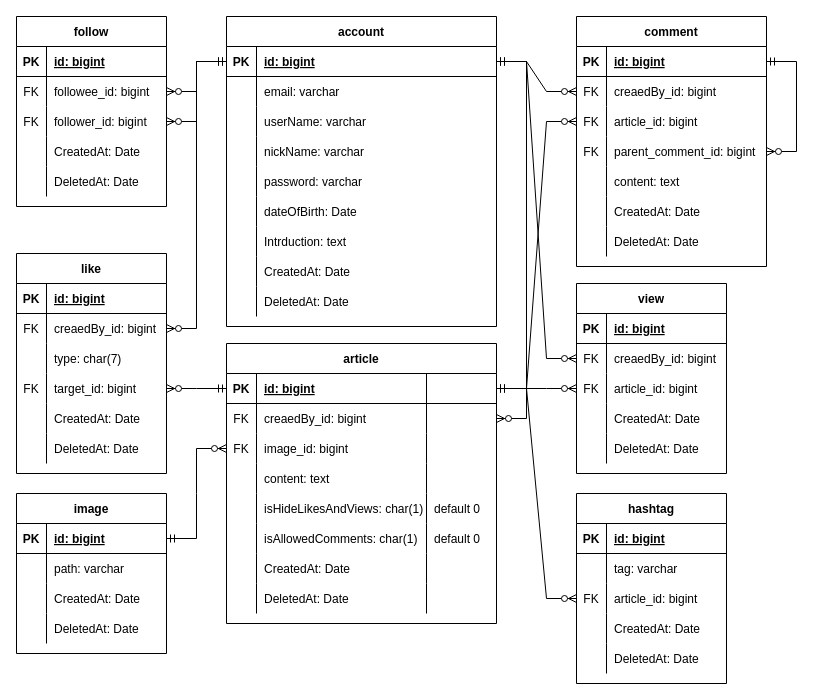
Before: documents/domains.drawio in iksadNorth/instagram-copycat, a draw.io diagram. Source tidied: cells renumbered, new cells numbered last; positions are measured from the earlier drawing's top-left corner, leaving out a move shared by most shapes. Both pictures are drawn from the tidied source at 100%, with x=0, y=0 at pixel (16, 16).
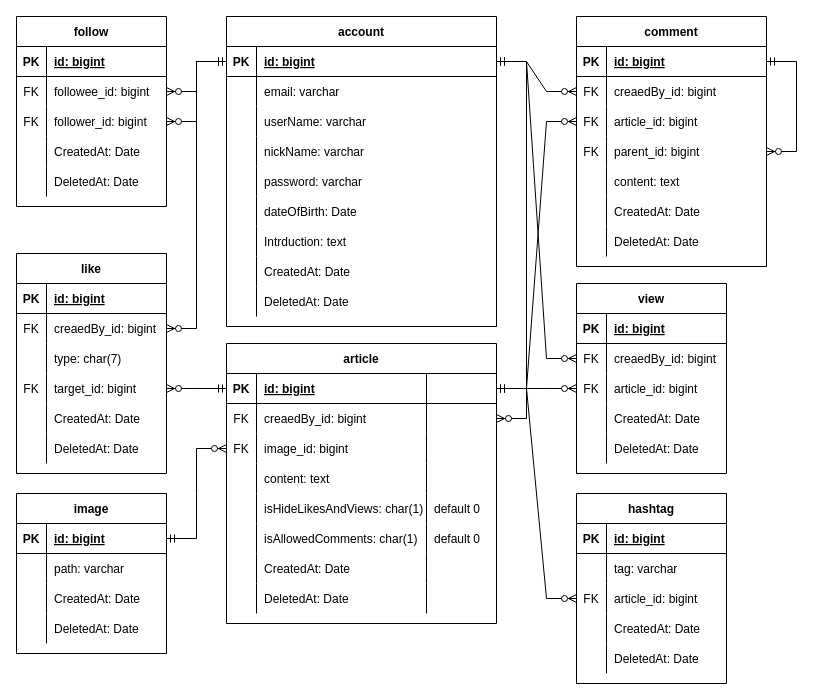
The same diagram, later.

Commit message:
fix domains.drawio because of parent_id

Unchanged cells that the change refers to:
```xml
<mxCell id="153" style="shape=tableRow;horizontal=0;startSize=0;swimlaneHead=0;swimlaneBody=0;fillColor=none;points=[[0,0.5],[1,0.5]];portConstraint=eastwest;top=0;left=0;right=0;bottom=0;" parent="143" vertex="1">
  <mxGeometry y="120" width="190" height="30" as="geometry" />
</mxCell>
```

The edit, as a diff of the source:
```diff
@@
-    <mxCell id="155" value="parent_comment_id: bigint" style="shape=partialRectangle;fillColor=none;top=0;left=0;bottom=0;right=0;align=left;spacingLeft=6;overflow=hidden;" parent="153" vertex="1">
+    <mxCell id="155" value="parent_id: bigint" style="shape=partialRectangle;fillColor=none;top=0;left=0;bottom=0;right=0;align=left;spacingLeft=6;overflow=hidden;" parent="153" vertex="1">
       <mxGeometry x="30" width="160" height="30" as="geometry" />
     </mxCell>
```
